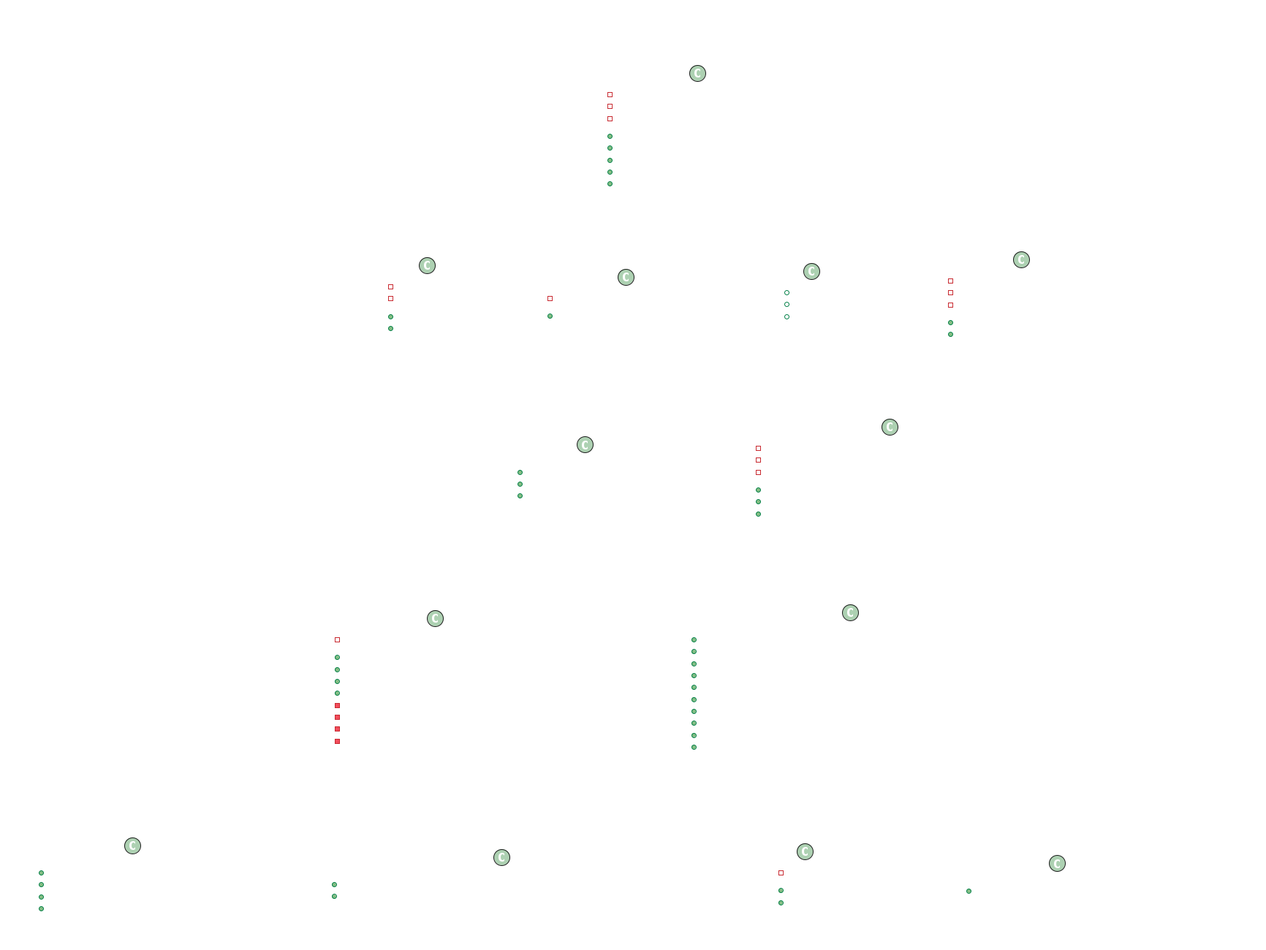
This is docs/media/react_app_package.png from INTO-CPS-Association/into-cps-application, a PlantUML export, as it was before one commit.
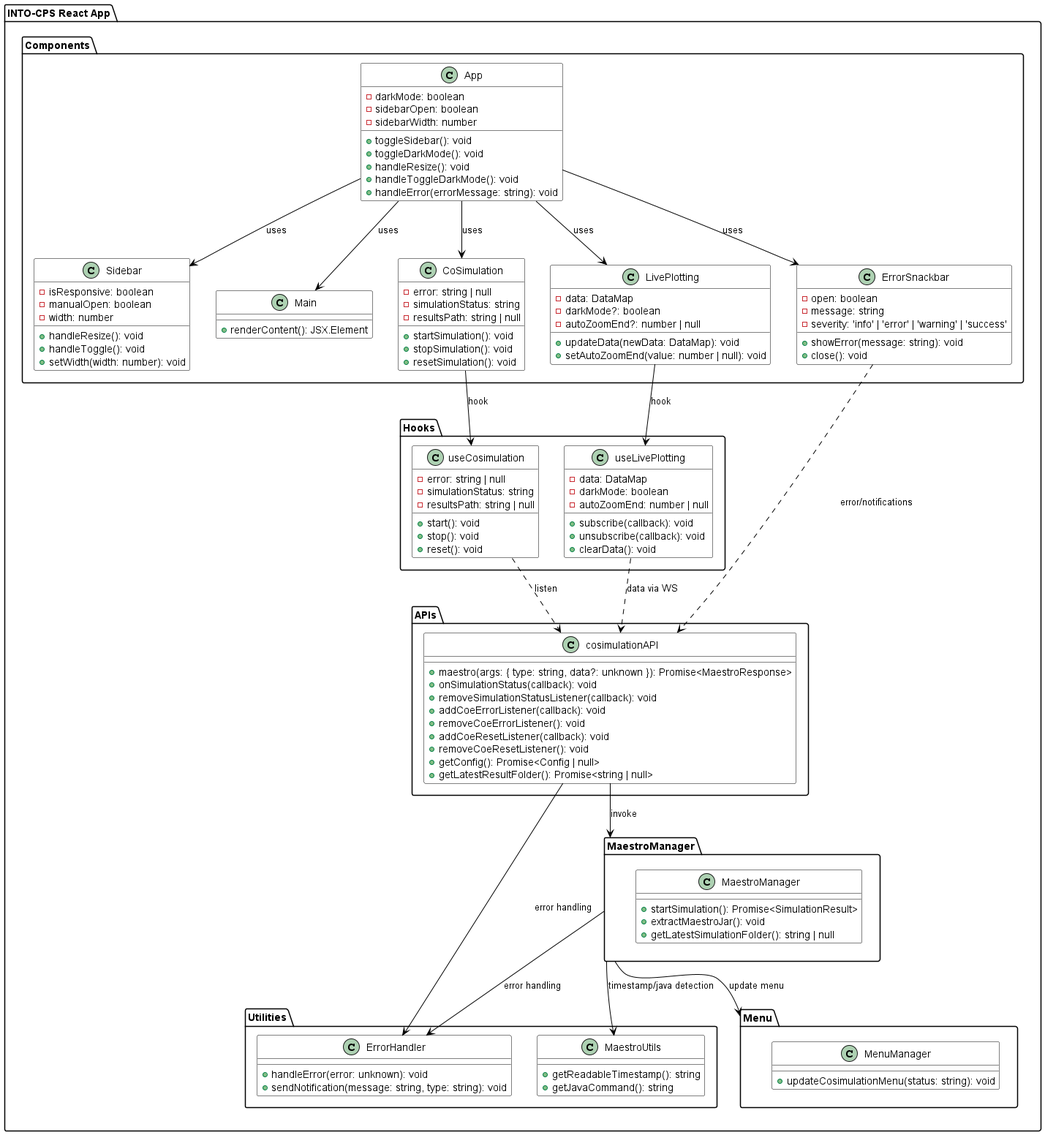
Above is the later version.

Diff of the diagram source:
```diff
@@ -1,25 +1,25 @@
 @startuml react_app_package
-skinparam backgroundColor transparent
-skinparam packageBackgroundColor transparent
-skinparam rectangleBackgroundColor transparent
-skinparam classBackgroundColor transparent
-skinparam componentBackgroundColor transparent
-skinparam noteBackgroundColor transparent
-skinparam objectBackgroundColor transparent
+skinparam backgroundColor white
+skinparam packageBackgroundColor white
+skinparam rectangleBackgroundColor white
+skinparam classBackgroundColor white
+skinparam componentBackgroundColor white
+skinparam noteBackgroundColor white
+skinparam objectBackgroundColor white
 
-skinparam packageBorderColor white
-skinparam rectangleBorderColor white
-skinparam classBorderColor white
-skinparam componentBorderColor white
-skinparam noteBorderColor white
-skinparam objectBorderColor white
-skinparam ArrowColor white
+skinparam packageBorderColor black
+skinparam rectangleBorderColor black
+skinparam classBorderColor black
+skinparam componentBorderColor black
+skinparam noteBorderColor black
+skinparam objectBorderColor black
+skinparam ArrowColor black
 skinparam DefaultTextAlignment center
-skinparam NoteFontColor white
+skinparam NoteFontColor black
 
-skinparam ClassFontColor white
-skinparam PackageFontColor white
-skinparam DefaultFontColor white
+skinparam ClassFontColor black
+skinparam PackageFontColor black
+skinparam DefaultFontColor black
 
 !define RECTANGLE class
 
@@ -30,8 +30,8 @@
             - darkMode: boolean
             - sidebarOpen: boolean
             - sidebarWidth: number
+            + toggleSidebar(): void
             + toggleDarkMode(): void
-            + toggleSidebar(): void
             + handleResize(): void
             + handleToggleDarkMode(): void
             + handleError(errorMessage: string): void
@@ -40,27 +40,39 @@
         class Sidebar {
             - isResponsive: boolean
             - manualOpen: boolean
+            - width: number
             + handleResize(): void
             + handleToggle(): void
+            + setWidth(width: number): void
         }
 
-        class Bottom {
-            - maestroRunning: boolean
-            + toggleMaestroState(): Promise<void>
+        class Main {
+            + renderContent(): JSX.Element
         }
 
         class CoSimulation {
-            + error: string | null
-            + simulationStatus: string
-            + resultsPath: string | null
+            - error: string | null
+            - simulationStatus: string
+            - resultsPath: string | null
+            + startSimulation(): void
+            + stopSimulation(): void
+            + resetSimulation(): void
         }
 
         class ErrorSnackbar {
             - open: boolean
             - message: string
             - severity: 'info' | 'error' | 'warning' | 'success'
-            + handleError(errorMessage: string): void
-            + handleClose(): void
+            + showError(message: string): void
+            + close(): void
+        }
+
+        class LivePlotting {
+            - data: DataMap
+            - darkMode?: boolean
+            - autoZoomEnd?: number | null
+            + updateData(newData: DataMap): void
+            + setAutoZoomEnd(value: number | null): void
         }
     }
 
@@ -69,20 +81,23 @@
             - error: string | null
             - simulationStatus: string
             - resultsPath: string | null
-            + handleStatusUpdate(event: unknown, status: string): Promise<void>
-            + handleCoeError(event: unknown, errorMessage: string): void
-            + handleCoeReset(): void
+            + start(): void
+            + stop(): void
+            + reset(): void
         }
 
-        class useMaestro {
-            + startMaestro(): Promise<void>
-            + stopMaestro(): Promise<void>
-            + getSessionId(): Promise<string | null>
+        class useLivePlotting {
+            - data: DataMap
+            - darkMode: boolean
+            - autoZoomEnd: number | null
+            + subscribe(callback): void
+            + unsubscribe(callback): void
+            + clearData(): void
         }
     }
 
     package "APIs" {
-        class CosimulationAPI {
+        class cosimulationAPI {
             + maestro(args: { type: string, data?: unknown }): Promise<MaestroResponse>
             + onSimulationStatus(callback): void
             + removeSimulationStatusListener(callback): void
@@ -90,73 +105,55 @@
             + removeCoeErrorListener(): void
             + addCoeResetListener(callback): void
             + removeCoeResetListener(): void
-            + getSessionId(): Promise<string | null>
-            + getConfig(): Promise<ConfigMaestro | null>
-            + getSimulationResult(sessionId: string): Promise<string>
+            + getConfig(): Promise<Config | null>
+            + getLatestResultFolder(): Promise<string | null>
         }
     }
 
     package "Utilities" {
+        class ErrorHandler {
+            + handleError(error: unknown): void
+            + sendNotification(message: string, type: string): void
+        }
+
         class MaestroUtils {
-            + isPortInUse(port: number): Promise<boolean>
-            + killProcessOnPort(port: number): Promise<void>
             + getReadableTimestamp(): string
             + getJavaCommand(): string
-        }
-
-        class ErrorHandler {
-            + handleError(error: unknown): void
-            + sendNotification(message: string, type: 'success' | 'error' | 'warning' | 'info'): void
-        }
-
-        class SimulationContext {
-            - sessionId: string | null
-            + getSessionId(): string | null
-            + setSessionId(id: string): void
-        }
-
-        class MenuManager {
-            + updateCosimulationMenu(enabled: boolean): void
         }
     }
 
     package "MaestroManager" {
         class MaestroManager {
-            + startMaestro(): Promise<MaestroResponse>
-            + stopMaestro(): Promise<void>
-            + startSimulation(): Promise<void>
-            + getSimulationResult(sessionId: string): Promise<string>
-            - extractMaestroJar(): void
-            - sendSimulationStatus(status: string): void
-            - initializeLoggingFile(type: string): string | null
-            - safeWrite(stream, message, type): void
-            - isStartSimulationRunning: boolean
+            + startSimulation(): Promise<SimulationResult>
+            + extractMaestroJar(): void
+            + getLatestSimulationFolder(): string | null
         }
     }
 
+    package "Menu"{
+        class MenuManager {
+            + updateCosimulationMenu(status: string): void
+        }
+    }
     App --> Sidebar : uses
-    App --> Bottom : uses
+    App --> Main : uses
     App --> CoSimulation : uses
+    App --> LivePlotting : uses
     App --> ErrorSnackbar : uses
 
-    CoSimulation --> useCosimulation : «use»
-    useCosimulation ..> CosimulationAPI : «listen»
-    useMaestro ..> CosimulationAPI : «invoke»
+    CoSimulation --> useCosimulation : «hook»
+    LivePlotting --> useLivePlotting : «hook»
 
-    Bottom ..> CosimulationAPI : «invoke»
-    Bottom ..> useMaestro : «use»
+    useCosimulation ..> cosimulationAPI : «listen»
+    useLivePlotting ..> cosimulationAPI : «data via WS»
 
-    ErrorSnackbar ..> CosimulationAPI : «error handler»
+    ErrorSnackbar ..> cosimulationAPI : «error/notifications»
 
-    CosimulationAPI --> MaestroUtils : «uses»
-    CosimulationAPI --> SimulationContext : «session management»
-    CosimulationAPI --> MenuManager : «UI update»
-    CosimulationAPI --> ErrorHandler : «error management»
-
-    MaestroManager --> MaestroUtils : «uses»
-    MaestroManager --> SimulationContext : «session management»
+    cosimulationAPI --> MaestroManager : «invoke»
+    cosimulationAPI --> ErrorHandler : «error handling»
     MaestroManager --> ErrorHandler : «error handling»
-    MaestroManager --> MenuManager : «UI update»
+    MaestroManager --> Menu : «update menu»
+    MaestroManager --> MaestroUtils : «timestamp/java detection»
 }
 
 @enduml
```
